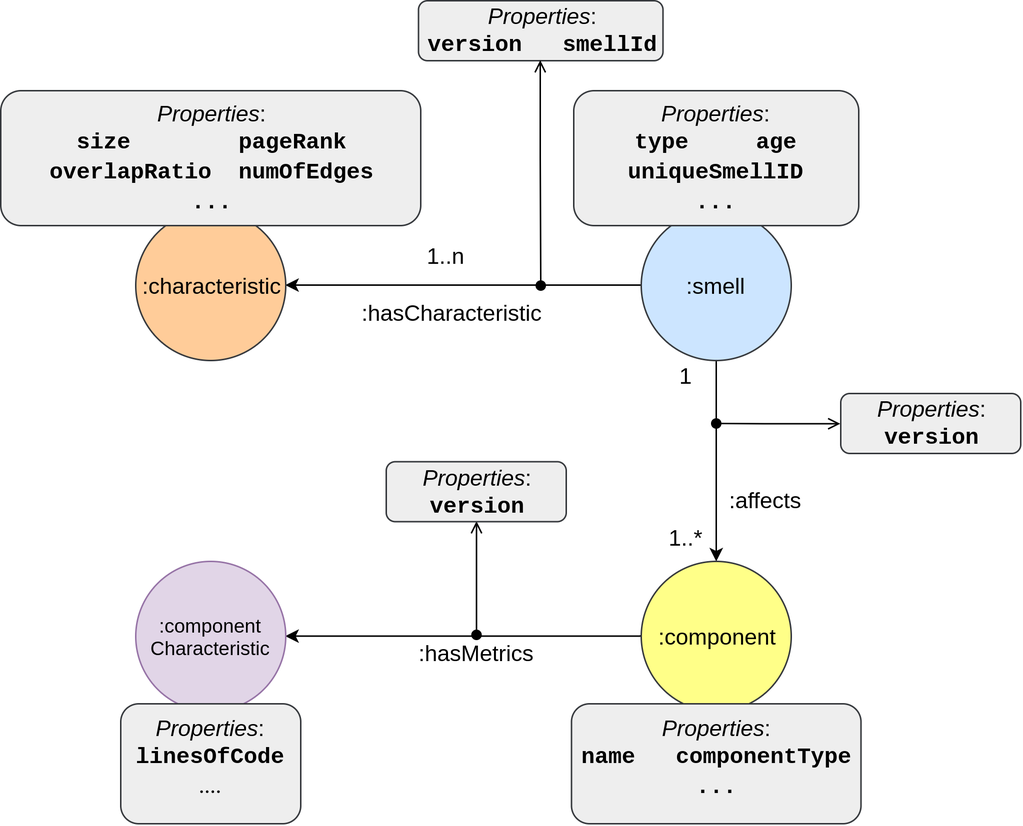
Before: docs/condensed-graph-schema-simplified-graph.png, a diagram exported from draw.io (darius-sas/astracker_old). Source tidied: cells renumbered, new cells last; positions are measured from the earlier drawing's top-left corner, leaving out a move shared by most shapes.
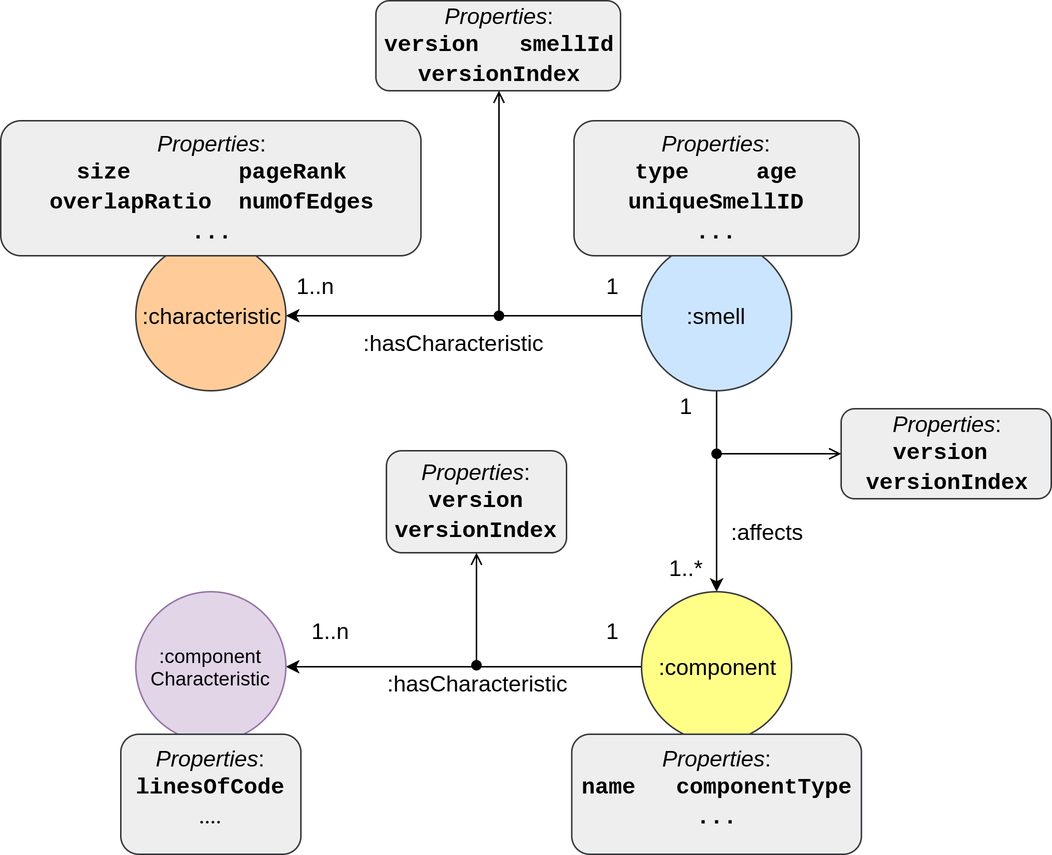
Above is the later version.

Commit message:
Fixed condensed graph schema

Diff of the diagram source:
```diff
@@ -24,7 +24,7 @@
     <mxCell id="7" value=":characteristic" style="ellipse;whiteSpace=wrap;html=1;labelPosition=center;verticalLabelPosition=middle;align=center;verticalAlign=middle;fontSize=15;fillColor=#ffcc99;strokeColor=#36393d;" parent="1" vertex="1">
       <mxGeometry x="90" y="140" width="100" height="100" as="geometry" />
     </mxCell>
-    <mxCell id="8" value="&lt;font style=&quot;font-size: 15px;&quot;&gt;:hasMetrics&lt;/font&gt;" style="edgeStyle=orthogonalEdgeStyle;rounded=0;html=1;entryX=1;entryY=0.5;entryDx=0;entryDy=0;jettySize=auto;fontSize=15;" parent="1" edge="1" source="9" target="20">
+    <mxCell id="8" value=":hasCharacteristic" style="edgeStyle=orthogonalEdgeStyle;rounded=0;html=1;entryX=1;entryY=0.5;entryDx=0;entryDy=0;jettySize=auto;fontSize=15;" parent="1" edge="1" source="9" target="20">
       <mxGeometry x="0.02" y="16" relative="1" as="geometry">
         <mxPoint x="11" y="-5" as="offset" />
       </mxGeometry>
@@ -38,12 +38,15 @@
     <mxCell id="11" value="&lt;font face=&quot;Helvetica&quot;&gt;&lt;i&gt;Properties&lt;/i&gt;:&lt;/font&gt;&lt;br&gt;&lt;font face=&quot;Courier New&quot;&gt;&lt;b&gt;size&amp;nbsp; &amp;nbsp; &amp;nbsp; &amp;nbsp; pageRank&lt;br&gt;overlapRatio&amp;nbsp; numOfEdges&lt;br&gt;...&lt;br&gt;&lt;/b&gt;&lt;/font&gt;" style="rounded=1;fontSize=15;align=center;html=1;whiteSpace=wrap;fontFamily=Consolas;fillColor=#eeeeee;strokeColor=#36393d;" parent="1" vertex="1">
       <mxGeometry y="60" width="280" height="90" as="geometry" />
     </mxCell>
-    <mxCell id="12" value="&lt;font face=&quot;Helvetica&quot;&gt;&lt;i&gt;Properties&lt;/i&gt;:&lt;/font&gt;&lt;br&gt;&lt;b&gt;&lt;font face=&quot;Courier New&quot;&gt;version&amp;nbsp; &amp;nbsp;smellId&lt;/font&gt;&lt;/b&gt;" style="rounded=1;fontSize=15;align=center;html=1;whiteSpace=wrap;fontFamily=Consolas;fillColor=#eeeeee;strokeColor=#36393d;" parent="1" vertex="1">
-      <mxGeometry x="278.5" width="163" height="40" as="geometry" />
+    <mxCell id="12" value="&lt;font face=&quot;Helvetica&quot;&gt;&lt;i&gt;Properties&lt;/i&gt;:&lt;/font&gt;&lt;br&gt;&lt;b&gt;&lt;font face=&quot;Courier New&quot;&gt;version&amp;nbsp; &amp;nbsp;smellId&lt;br&gt;versionIndex&lt;br&gt;&lt;/font&gt;&lt;/b&gt;" style="rounded=1;fontSize=15;align=center;html=1;whiteSpace=wrap;fontFamily=Consolas;fillColor=#eeeeee;strokeColor=#36393d;" parent="1" vertex="1">
+      <mxGeometry x="250" y="-20" width="163" height="60" as="geometry" />
     </mxCell>
     <mxCell id="13" style="endArrow=open;html=1;fontSize=15;entryX=0.5;entryY=1;edgeStyle=orthogonalEdgeStyle;startArrow=oval;startFill=1;endFill=0;entryDx=0;entryDy=0;" parent="1" edge="1" target="12">
       <mxGeometry relative="1" as="geometry">
-        <mxPoint x="360" y="190" as="sourcePoint" />
+        <mxPoint x="332" y="190" as="sourcePoint" />
+        <Array as="points">
+          <mxPoint x="332" y="190" />
+        </Array>
       </mxGeometry>
     </mxCell>
     <mxCell id="14" value="&lt;font face=&quot;Helvetica&quot;&gt;&lt;i&gt;Properties&lt;/i&gt;:&lt;/font&gt;&lt;br&gt;&lt;font face=&quot;Courier New&quot;&gt;&lt;b&gt;name&amp;nbsp; &amp;nbsp;componentType&lt;br&gt;...&lt;br&gt;&lt;/b&gt;&lt;/font&gt;" style="rounded=1;fontSize=15;align=center;html=1;whiteSpace=wrap;fontFamily=Consolas;fillColor=#eeeeee;strokeColor=#36393d;verticalAlign=top;" parent="1" vertex="1">
@@ -53,7 +56,7 @@
       <mxGeometry x="436" y="347.5" width="40" height="20" as="geometry" />
     </mxCell>
     <mxCell id="16" value="1..n" style="text;html=1;strokeColor=none;fillColor=none;align=center;verticalAlign=middle;whiteSpace=wrap;rounded=0;fontSize=15;" parent="1" vertex="1">
-      <mxGeometry x="277" y="160" width="40" height="20" as="geometry" />
+      <mxGeometry x="190" y="160" width="40" height="20" as="geometry" />
     </mxCell>
     <mxCell id="17" style="endArrow=open;html=1;fontSize=15;entryX=0.5;entryY=1;edgeStyle=orthogonalEdgeStyle;startArrow=oval;startFill=1;endFill=0;entryDx=0;entryDy=0;" parent="1" edge="1" target="18">
       <mxGeometry relative="1" as="geometry">
@@ -63,8 +66,8 @@
         </Array>
       </mxGeometry>
     </mxCell>
-    <mxCell id="18" value="&lt;font face=&quot;Helvetica&quot;&gt;&lt;i&gt;Properties&lt;/i&gt;:&lt;/font&gt;&lt;br&gt;&lt;font face=&quot;Courier New&quot;&gt;&lt;b&gt;version&lt;/b&gt;&lt;/font&gt;&lt;br&gt;" style="rounded=1;fontSize=15;align=center;html=1;whiteSpace=wrap;fontFamily=Consolas;fillColor=#eeeeee;strokeColor=#36393d;" parent="1" vertex="1">
-      <mxGeometry x="257" y="307.5" width="120" height="40" as="geometry" />
+    <mxCell id="18" value="&lt;font face=&quot;Helvetica&quot;&gt;&lt;i&gt;Properties&lt;/i&gt;:&lt;/font&gt;&lt;br&gt;&lt;font face=&quot;Courier New&quot;&gt;&lt;b&gt;version versionIndex&lt;/b&gt;&lt;/font&gt;" style="rounded=1;fontSize=15;align=center;html=1;whiteSpace=wrap;fontFamily=Consolas;fillColor=#eeeeee;strokeColor=#36393d;" parent="1" vertex="1">
+      <mxGeometry x="257" y="280" width="120" height="68" as="geometry" />
     </mxCell>
     <mxCell id="19" value="1" style="text;html=1;strokeColor=none;fillColor=none;align=center;verticalAlign=middle;whiteSpace=wrap;rounded=0;fontSize=15;" parent="1" vertex="1">
       <mxGeometry x="436" y="240" width="40" height="20" as="geometry" />
@@ -75,13 +78,22 @@
     <mxCell id="21" value="&lt;font face=&quot;Helvetica&quot;&gt;&lt;i&gt;Properties&lt;/i&gt;:&lt;/font&gt;&lt;br&gt;&lt;b&gt;&lt;font face=&quot;Courier New&quot;&gt;linesOfCode&lt;br&gt;&lt;/font&gt;&lt;/b&gt;...." style="rounded=1;fontSize=15;align=center;html=1;whiteSpace=wrap;fontFamily=Consolas;fillColor=#eeeeee;strokeColor=#36393d;verticalAlign=top;" parent="1" vertex="1">
       <mxGeometry x="80" y="469" width="120" height="80" as="geometry" />
     </mxCell>
-    <mxCell id="22" value="&lt;font face=&quot;Helvetica&quot;&gt;&lt;i&gt;Properties&lt;/i&gt;:&lt;/font&gt;&lt;br&gt;&lt;font face=&quot;Courier New&quot;&gt;&lt;b&gt;version&lt;/b&gt;&lt;/font&gt;&lt;br&gt;" style="rounded=1;fontSize=15;align=center;html=1;whiteSpace=wrap;fontFamily=Consolas;fillColor=#eeeeee;strokeColor=#36393d;" parent="1" vertex="1">
-      <mxGeometry x="560" y="262" width="120" height="40" as="geometry" />
+    <mxCell id="22" value="&lt;font face=&quot;Helvetica&quot;&gt;&lt;i&gt;Properties&lt;/i&gt;:&lt;/font&gt;&lt;br&gt;&lt;font face=&quot;Courier New&quot;&gt;&lt;b&gt;version &lt;br&gt;versionIndex&lt;/b&gt;&lt;/font&gt;" style="rounded=1;fontSize=15;align=center;html=1;whiteSpace=wrap;fontFamily=Consolas;fillColor=#eeeeee;strokeColor=#36393d;" parent="1" vertex="1">
+      <mxGeometry x="560" y="252" width="140" height="60" as="geometry" />
     </mxCell>
     <mxCell id="23" style="endArrow=open;html=1;fontSize=15;entryX=0;entryY=0.5;edgeStyle=orthogonalEdgeStyle;startArrow=oval;startFill=1;endFill=0;entryDx=0;entryDy=0;" parent="1" edge="1" target="22">
       <mxGeometry relative="1" as="geometry">
         <mxPoint x="477" y="282" as="sourcePoint" />
       </mxGeometry>
     </mxCell>
+    <mxCell id="24" value="1..n" style="text;html=1;strokeColor=none;fillColor=none;align=center;verticalAlign=middle;whiteSpace=wrap;rounded=0;fontSize=15;" parent="1" vertex="1">
+      <mxGeometry x="200" y="390" width="40" height="20" as="geometry" />
+    </mxCell>
+    <mxCell id="25" value="1" style="text;html=1;strokeColor=none;fillColor=none;align=center;verticalAlign=middle;whiteSpace=wrap;rounded=0;fontSize=15;" parent="1" vertex="1">
+      <mxGeometry x="387" y="390" width="40" height="20" as="geometry" />
+    </mxCell>
+    <mxCell id="26" value="1" style="text;html=1;strokeColor=none;fillColor=none;align=center;verticalAlign=middle;whiteSpace=wrap;rounded=0;fontSize=15;" parent="1" vertex="1">
+      <mxGeometry x="387" y="160" width="40" height="20" as="geometry" />
+    </mxCell>
   </root>
 </mxGraphModel>
```
